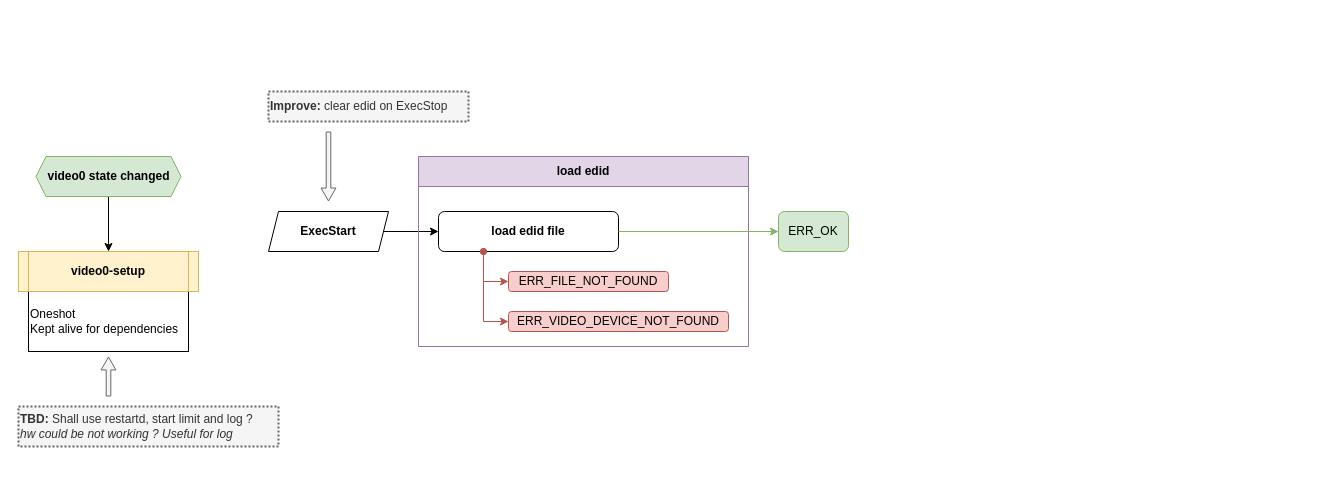
Above: page "video0-setup" (4 of 8) of docs/arch/arch.v4.drawio in repeact/embedded-sw (draw.io), before the change. Source tidied: cells renumbered, new cells numbered last; positions are measured from the earlier drawing's top-left corner, leaving out a move shared by most shapes. Both pictures are drawn from the tidied source at 100%, with x=0, y=0 at pixel (18, 91).
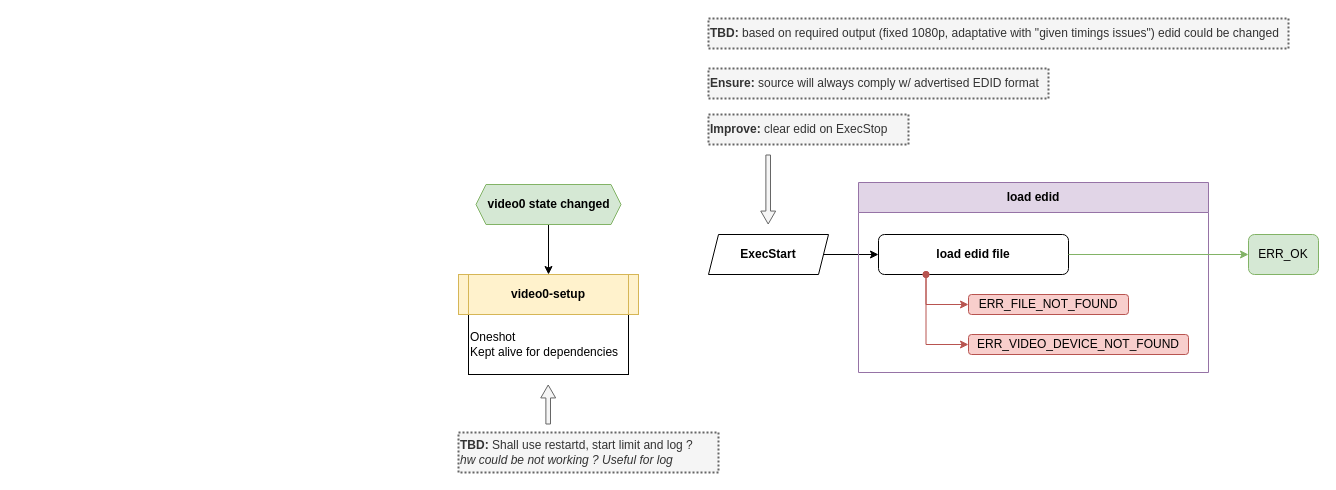
The same page after the edit.

Commit message (it also covers changes not shown here):
docs(arch): add lock source signal design

Diff of the diagram source:
```diff
@@
     <mxCell id="2" value="Oneshot&lt;div&gt;Kept alive for dependencies&lt;/div&gt;" style="rounded=0;whiteSpace=wrap;html=1;align=left;" parent="1" vertex="1">
-      <mxGeometry x="10" y="200" width="160" height="60" as="geometry" />
+      <mxGeometry x="450" y="223" width="160" height="60" as="geometry" />
     </mxCell>
     <mxCell id="3" value="&lt;span style=&quot;font-size: 12px;&quot;&gt;&lt;b&gt;video0-setup&lt;/b&gt;&lt;/span&gt;" style="shape=process;whiteSpace=wrap;html=1;backgroundOutline=1;size=0.05555555555555555;strokeWidth=1;fontSize=8;fillColor=#fff2cc;strokeColor=#d6b656;" parent="1" vertex="1">
-      <mxGeometry y="160" width="180" height="40" as="geometry" />
+      <mxGeometry x="440" y="183" width="180" height="40" as="geometry" />
     </mxCell>
@@
     <mxCell id="5" value="&lt;span style=&quot;font-size: 12px;&quot;&gt;&lt;b&gt;video0 state&amp;nbsp;&lt;/b&gt;&lt;/span&gt;&lt;b style=&quot;font-size: 12px; background-color: transparent; color: light-dark(rgb(0, 0, 0), rgb(255, 255, 255));&quot;&gt;changed&lt;/b&gt;" style="shape=hexagon;perimeter=hexagonPerimeter2;whiteSpace=wrap;html=1;fixedSize=1;size=10;strokeWidth=1;fontSize=8;fillColor=#d5e8d4;strokeColor=#82b366;" parent="1" vertex="1">
-      <mxGeometry x="17.5" y="65" width="145" height="40" as="geometry" />
+      <mxGeometry x="457.5" y="93" width="145" height="40" as="geometry" />
     </mxCell>
@@
     <mxCell id="7" value="ExecStart" style="shape=parallelogram;perimeter=parallelogramPerimeter;whiteSpace=wrap;html=1;fixedSize=1;size=10;spacingTop=0;spacingLeft=8;spacingRight=8;fontStyle=1;" parent="1" vertex="1">
-      <mxGeometry x="250" y="120" width="120" height="40" as="geometry" />
+      <mxGeometry x="690" y="143" width="120" height="40" as="geometry" />
     </mxCell>
     <mxCell id="8" value="&lt;span style=&quot;background-color: transparent; color: light-dark(rgb(0, 0, 0), rgb(255, 255, 255));&quot;&gt;load edid&lt;/span&gt;" style="swimlane;whiteSpace=wrap;html=1;startSize=30;fillColor=#e1d5e7;strokeColor=#9673a6;" parent="1" vertex="1">
-      <mxGeometry x="400" y="65" width="330" height="190" as="geometry" />
+      <mxGeometry x="840" y="91" width="350" height="190" as="geometry" />
     </mxCell>
     <mxCell id="9" value="&lt;b&gt;load edid file&lt;/b&gt;" style="rounded=1;whiteSpace=wrap;html=1;" parent="8" vertex="1">
-      <mxGeometry x="20" y="55" width="180" height="40" as="geometry" />
+      <mxGeometry x="20" y="52" width="190" height="40" as="geometry" />
     </mxCell>
     <mxCell id="10" value="ERR_FILE_NOT_FOUND" style="rounded=1;whiteSpace=wrap;html=1;fillColor=#f8cecc;strokeColor=#b85450;" parent="8" vertex="1">
-      <mxGeometry x="90" y="115" width="160" height="20" as="geometry" />
+      <mxGeometry x="110" y="112" width="160" height="20" as="geometry" />
     </mxCell>
     <mxCell id="11" style="edgeStyle=orthogonalEdgeStyle;rounded=0;jettySize=auto;html=1;startArrow=oval;startFill=1;fillColor=#f8cecc;strokeColor=#b85450;entryX=0;entryY=0.5;entryDx=0;entryDy=0;exitX=0.25;exitY=1;exitDx=0;exitDy=0;" parent="8" edge="1" source="9" target="10">
       <mxGeometry relative="1" as="geometry">
         <Array as="points">
-          <mxPoint x="65" y="125" />
+          <mxPoint x="68" y="122" />
         </Array>
       </mxGeometry>
     </mxCell>
     <mxCell id="12" value="&lt;span style=&quot;text-align: left;&quot;&gt;ERR_VIDEO_DEVICE_NOT_FOUND&lt;/span&gt;" style="rounded=1;whiteSpace=wrap;html=1;fillColor=#f8cecc;strokeColor=#b85450;" parent="8" vertex="1">
-      <mxGeometry x="90" y="155" width="220" height="20" as="geometry" />
+      <mxGeometry x="110" y="152" width="220" height="20" as="geometry" />
     </mxCell>
     <mxCell id="13" style="edgeStyle=orthogonalEdgeStyle;rounded=0;jettySize=auto;html=1;startArrow=oval;startFill=1;fillColor=#f8cecc;strokeColor=#b85450;entryX=0;entryY=0.5;entryDx=0;entryDy=0;exitX=0.25;exitY=1;exitDx=0;exitDy=0;" parent="8" edge="1" source="9" target="12">
       <mxGeometry relative="1" as="geometry">
         <Array as="points">
-          <mxPoint x="65" y="165" />
+          <mxPoint x="68" y="162" />
         </Array>
       </mxGeometry>
     </mxCell>
     <mxCell id="14" value="ERR_OK" style="rounded=1;whiteSpace=wrap;html=1;fillColor=#d5e8d4;strokeColor=#82b366;" parent="1" vertex="1">
-      <mxGeometry x="760" y="120" width="70" height="40" as="geometry" />
+      <mxGeometry x="1230" y="143" width="70" height="40" as="geometry" />
     </mxCell>
@@
     <mxCell id="16" value="&lt;div style=&quot;&quot;&gt;TBD: &lt;span style=&quot;font-weight: 400;&quot;&gt;Shall use restartd, start limit and log ?&lt;/span&gt;&lt;span style=&quot;font-weight: 400;&quot;&gt;&lt;br&gt;&lt;i&gt;hw could be not working ? Useful for log&lt;/i&gt;&lt;/span&gt;&lt;/div&gt;" style="rounded=0;whiteSpace=wrap;html=1;fillColor=#f5f5f5;strokeColor=#666666;fontStyle=1;align=left;fontColor=#333333;strokeWidth=2;dashed=1;dashPattern=1 1;" parent="1" vertex="1">
-      <mxGeometry y="315" width="260" height="40" as="geometry" />
+      <mxGeometry x="440" y="341" width="260" height="40" as="geometry" />
     </mxCell>
     <mxCell id="17" style="shape=flexArrow;endArrow=classic;html=1;rounded=0;width=4.62809917355372;endSize=3.978512396694215;endWidth=9.262109551833408;fillColor=#f5f5f5;strokeColor=#666666;" parent="1" edge="1">
       <mxGeometry relative="1" as="geometry">
-        <mxPoint x="90" y="305" as="sourcePoint" />
-        <mxPoint x="90" y="265" as="targetPoint" />
+        <mxPoint x="529.7" y="333" as="sourcePoint" />
+        <mxPoint x="529.7" y="293" as="targetPoint" />
       </mxGeometry>
     </mxCell>
     <mxCell id="18" value="&lt;div style=&quot;&quot;&gt;Improve: &lt;span style=&quot;font-weight: normal;&quot;&gt;clear edid on ExecStop&lt;/span&gt;&lt;/div&gt;" style="rounded=0;whiteSpace=wrap;html=1;fillColor=#f5f5f5;strokeColor=#666666;fontStyle=1;align=left;fontColor=#333333;strokeWidth=2;dashed=1;dashPattern=1 1;" parent="1" vertex="1">
-      <mxGeometry x="250" width="200" height="30" as="geometry" />
+      <mxGeometry x="690" y="23" width="200" height="30" as="geometry" />
     </mxCell>
     <mxCell id="19" style="shape=flexArrow;endArrow=classic;html=1;rounded=0;width=4.62809917355372;endSize=3.978512396694215;endWidth=9.262109551833408;fillColor=#f5f5f5;strokeColor=#666666;" parent="1" edge="1">
       <mxGeometry relative="1" as="geometry">
-        <mxPoint x="310" y="40" as="sourcePoint" />
-        <mxPoint x="310" y="110" as="targetPoint" />
+        <mxPoint x="749.7" y="63" as="sourcePoint" />
+        <mxPoint x="749.7" y="133" as="targetPoint" />
       </mxGeometry>
     </mxCell>
+    <mxCell id="20" value="&lt;div style=&quot;&quot;&gt;Ensure: &lt;span style=&quot;font-weight: normal;&quot;&gt;source will always comply w/ advertised EDID format&lt;/span&gt;&lt;/div&gt;" style="rounded=0;whiteSpace=wrap;html=1;fillColor=#f5f5f5;strokeColor=#666666;fontStyle=1;align=left;fontColor=#333333;strokeWidth=2;dashed=1;dashPattern=1 1;" parent="1" vertex="1">
+      <mxGeometry x="690" y="-23" width="340" height="30" as="geometry" />
+    </mxCell>
+    <mxCell id="21" value="&lt;div style=&quot;&quot;&gt;TBD: &lt;span style=&quot;font-weight: normal;&quot;&gt;based on required output (fixed 1080p, adaptative with &quot;given timings issues&quot;) edid could be changed&lt;/span&gt;&lt;/div&gt;" style="rounded=0;whiteSpace=wrap;html=1;fillColor=#f5f5f5;strokeColor=#666666;fontStyle=1;align=left;fontColor=#333333;strokeWidth=2;dashed=1;dashPattern=1 1;" parent="1" vertex="1">
+      <mxGeometry x="690" y="-73" width="580" height="30" as="geometry" />
+    </mxCell>
```
